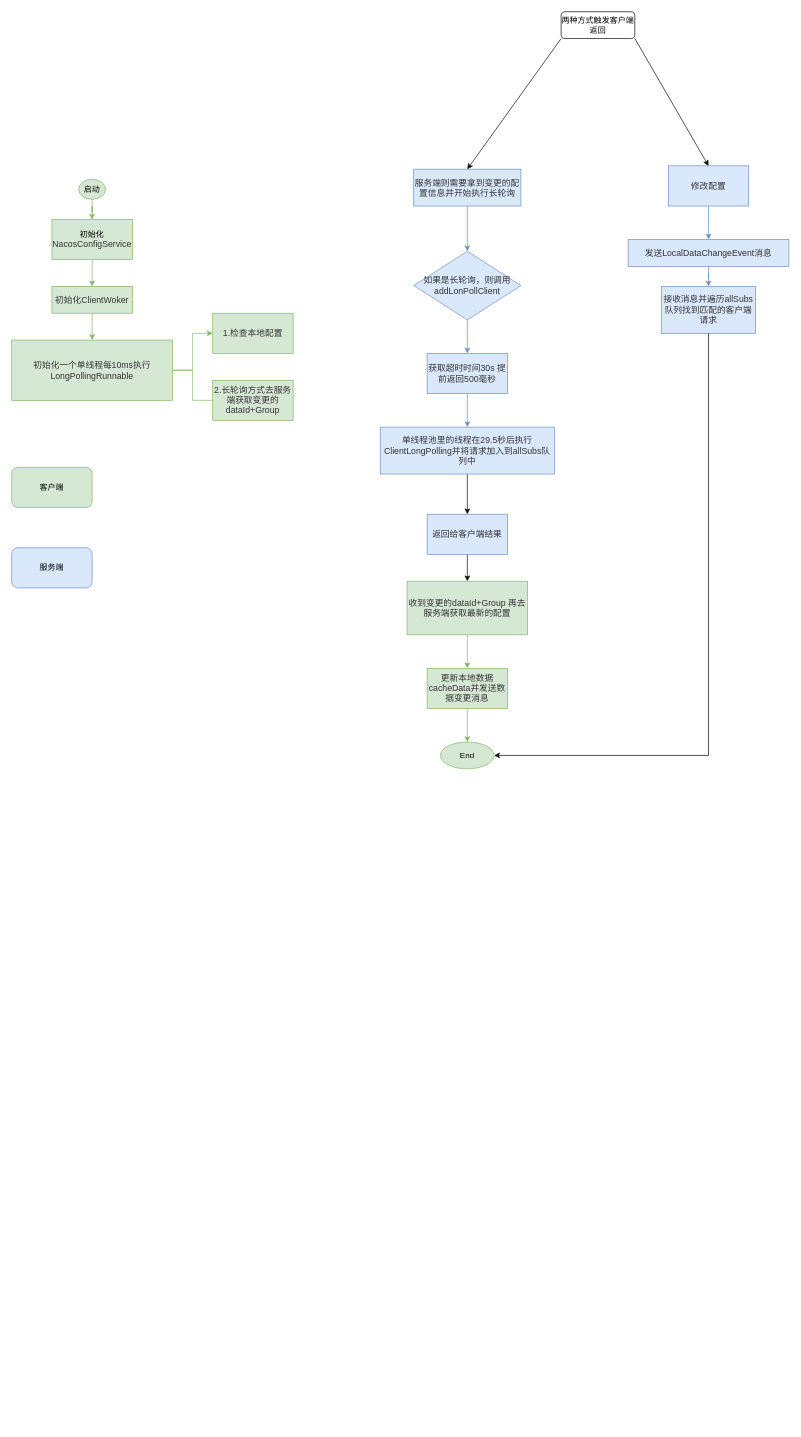
The draw.io diagram sourceAnalyse/nacos动态刷新流程图.drawio in IT-YeJian/Nacos_Study, before the edit. Source tidied: cells renumbered, new cells numbered last; positions are measured from the earlier drawing's top-left corner, leaving out a move shared by most shapes. Both pictures are drawn from the tidied source at 67%, with x=0, y=0 at pixel (11, 11).
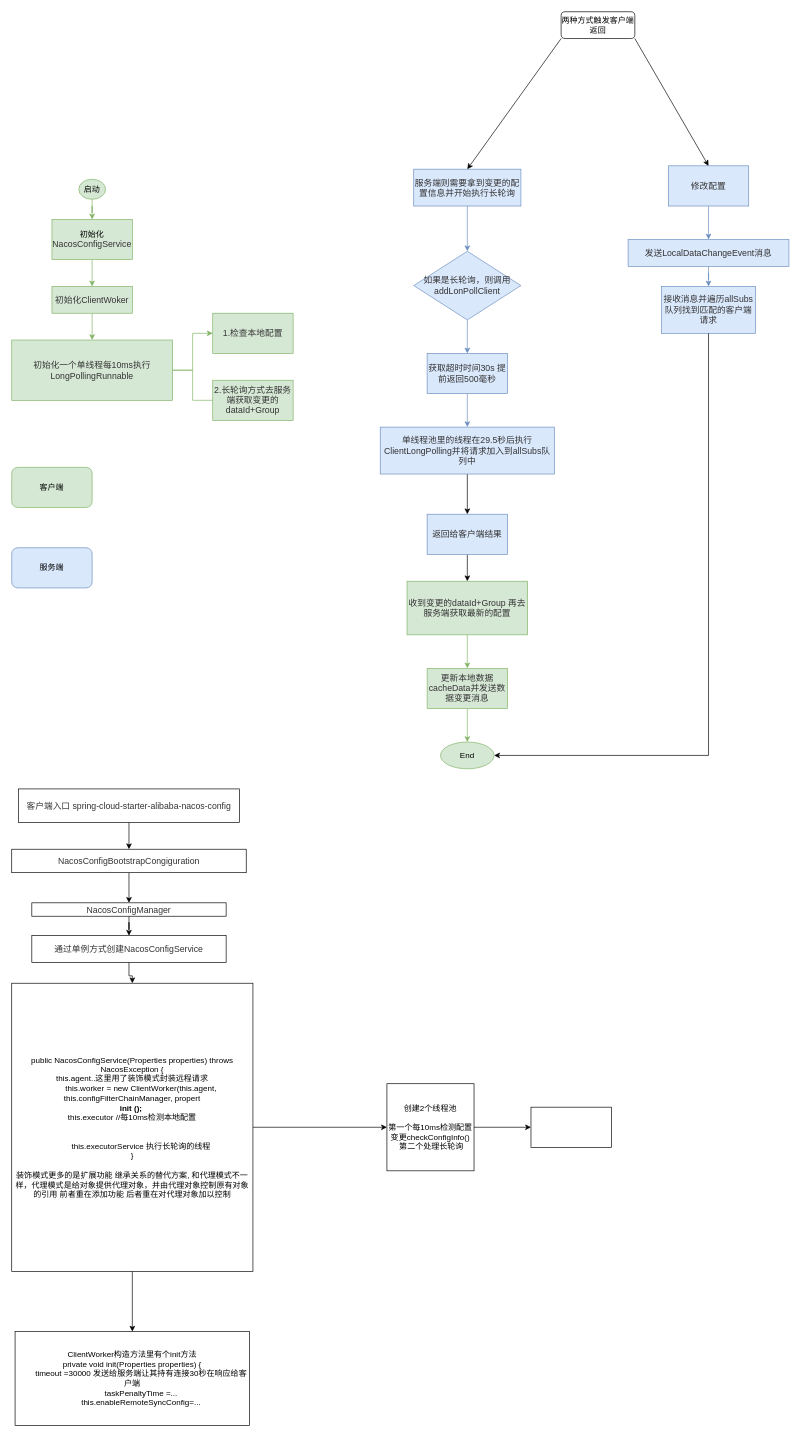
The same page after the edit.

Commit message:
更新nacos动态刷新流程图2.drawio

The edit, as a diff of the source:
```diff
@@
+    <mxCell id="39" style="edgeStyle=orthogonalEdgeStyle;rounded=0;jettySize=auto;html=1;" parent="1" edge="1" source="40" target="42">
+      <mxGeometry relative="1" as="geometry" />
+    </mxCell>
+    <mxCell id="40" value="&lt;span style=&quot;color: rgb(50, 50, 50); font-family: 微软雅黑; font-size: 13px; background-color: rgba(255, 255, 255, 0.01);&quot;&gt;客户端入口 spring-cloud-starter-alibaba-nacos-config&lt;/span&gt;" style="rounded=0;whiteSpace=wrap;html=1;" parent="1" vertex="1">
+      <mxGeometry x="10" y="1160" width="330" height="50" as="geometry" />
+    </mxCell>
+    <mxCell id="41" style="edgeStyle=orthogonalEdgeStyle;rounded=0;jettySize=auto;html=1;" parent="1" edge="1" source="42" target="44">
+      <mxGeometry relative="1" as="geometry" />
+    </mxCell>
+    <mxCell id="42" value="&lt;span style=&quot;color: rgb(50, 50, 50); font-family: 微软雅黑; font-size: 13px; background-color: rgba(255, 255, 255, 0.01);&quot;&gt;NacosConfigBootstrapCongiguration&lt;/span&gt;" style="whiteSpace=wrap;html=1;rounded=0;" parent="1" vertex="1">
+      <mxGeometry y="1250" width="350" height="35" as="geometry" />
+    </mxCell>
+    <mxCell id="43" style="edgeStyle=orthogonalEdgeStyle;rounded=0;jettySize=auto;html=1;" parent="1" edge="1" source="44" target="46">
+      <mxGeometry relative="1" as="geometry" />
+    </mxCell>
+    <mxCell id="44" value="&lt;span style=&quot;color: rgb(50, 50, 50); font-family: 微软雅黑; font-size: 13px; background-color: rgba(255, 255, 255, 0.01);&quot;&gt;NacosConfigManager&lt;/span&gt;" style="whiteSpace=wrap;html=1;rounded=0;" parent="1" vertex="1">
+      <mxGeometry x="30" y="1330" width="290" height="20" as="geometry" />
+    </mxCell>
+    <mxCell id="45" style="edgeStyle=orthogonalEdgeStyle;rounded=0;jettySize=auto;html=1;" parent="1" edge="1" source="46" target="49">
+      <mxGeometry relative="1" as="geometry" />
+    </mxCell>
+    <mxCell id="46" value="&lt;span style=&quot;color: rgb(50, 50, 50); font-family: 微软雅黑; font-size: 13px; background-color: rgba(255, 255, 255, 0.01);&quot;&gt;通过单例方式创建NacosConfigService&lt;/span&gt;" style="whiteSpace=wrap;html=1;rounded=0;" parent="1" vertex="1">
+      <mxGeometry x="30" y="1379" width="290" height="40" as="geometry" />
+    </mxCell>
+    <mxCell id="47" style="edgeStyle=orthogonalEdgeStyle;rounded=0;jettySize=auto;html=1;" parent="1" edge="1" source="49" target="50">
+      <mxGeometry relative="1" as="geometry" />
+    </mxCell>
+    <mxCell id="48" style="edgeStyle=orthogonalEdgeStyle;rounded=0;jettySize=auto;html=1;" parent="1" edge="1" source="49" target="52">
+      <mxGeometry relative="1" as="geometry" />
+    </mxCell>
+    <mxCell id="49" value="public NacosConfigService(Properties properties) throws NacosException {&lt;br&gt;&lt;div&gt;this.agent..这里用了装饰模式封装远程请求&lt;/div&gt;&lt;div&gt;&amp;nbsp; &amp;nbsp; &amp;nbsp; &amp;nbsp; this.worker = new ClientWorker(this.agent, this.configFilterChainManager, propert&lt;/div&gt;&lt;div&gt;&lt;b&gt;init ();&amp;nbsp;&lt;/b&gt;&lt;/div&gt;&lt;div&gt;&lt;div&gt;this.executor //每10ms检测本地配置&lt;/div&gt;&lt;div&gt;&amp;nbsp; &amp;nbsp; &amp;nbsp;&amp;nbsp;&lt;/div&gt;&lt;div&gt;&amp;nbsp; &amp;nbsp; &amp;nbsp; &amp;nbsp;&amp;nbsp;&lt;/div&gt;&lt;div&gt;&amp;nbsp; &amp;nbsp; &amp;nbsp; &amp;nbsp; this.executorService 执行长轮询的线程&lt;/div&gt;&lt;/div&gt;}&lt;br&gt;&lt;br&gt;装饰模式更多的是扩展功能 继承关系的替代方案, 和代理模式不一样，代理模式是给对象提供代理对象，并由代理对象控制原有对象的引用 前者重在添加功能 后者重在对代理对象加以控制" style="whiteSpace=wrap;html=1;rounded=0;" parent="1" vertex="1">
+      <mxGeometry y="1450" width="360" height="430" as="geometry" />
+    </mxCell>
+    <mxCell id="50" value="ClientWorker构造方法里有个init方法&lt;br&gt;&lt;div&gt;private void init(Properties properties) {&lt;/div&gt;&lt;div&gt;&amp;nbsp; &amp;nbsp; &amp;nbsp; &amp;nbsp; timeout =30000 发送给服务端让其持有连接30秒在响应给客户端&lt;/div&gt;&lt;div&gt;&amp;nbsp; &amp;nbsp; &amp;nbsp; &amp;nbsp; taskPenaltyTime =...&lt;/div&gt;&lt;div&gt;&amp;nbsp; &amp;nbsp; &amp;nbsp; &amp;nbsp; this.enableRemoteSyncConfig=...&lt;/div&gt;" style="whiteSpace=wrap;html=1;rounded=0;" parent="1" vertex="1">
+      <mxGeometry x="5" y="1970" width="350" height="140" as="geometry" />
+    </mxCell>
+    <mxCell id="51" style="edgeStyle=orthogonalEdgeStyle;rounded=0;jettySize=auto;html=1;" parent="1" edge="1" source="52" target="53">
+      <mxGeometry relative="1" as="geometry" />
+    </mxCell>
+    <mxCell id="52" value="创建2个线程池&lt;br&gt;&lt;br&gt;第一个每10ms检测配置变更checkConfigInfo()&lt;br&gt;&amp;nbsp;第二个处理长轮询" style="whiteSpace=wrap;html=1;rounded=0;" parent="1" vertex="1">
+      <mxGeometry x="560" y="1600" width="130" height="130" as="geometry" />
+    </mxCell>
+    <mxCell id="53" style="whiteSpace=wrap;html=1;rounded=0;" parent="1" vertex="1">
+      <mxGeometry x="775" y="1635" width="120" height="60" as="geometry" />
+    </mxCell>
```
